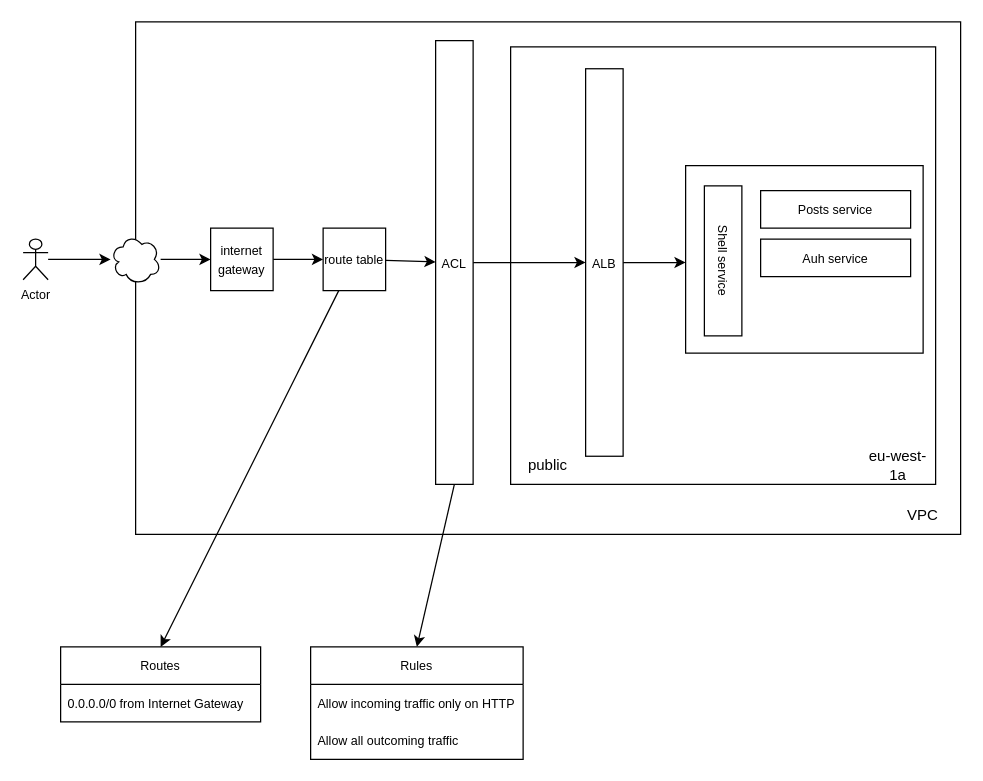
Before: infrastructure/diagram.drawio in MarioSimou/microfrontend-designs-patterns, a draw.io diagram. Source tidied: cells renumbered, new cells numbered last; positions are measured from the earlier drawing's top-left corner, leaving out a move shared by most shapes. Both pictures are drawn from the tidied source at 125%, with x=0, y=0 at pixel (22, 21).
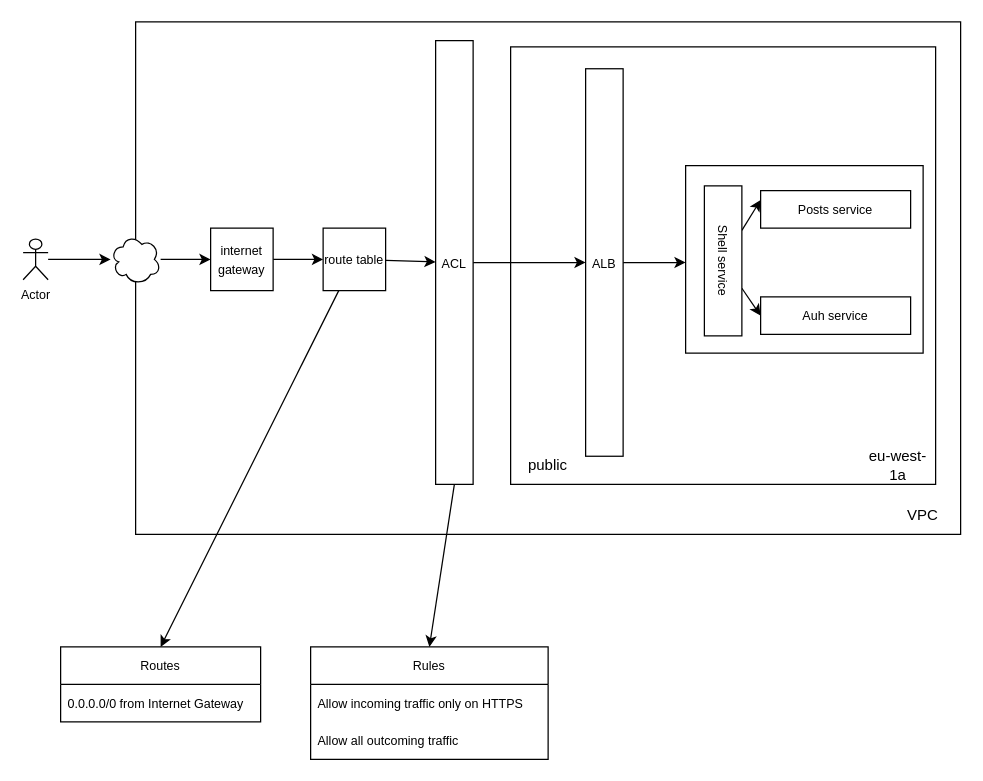
Above is the later version.

Unchanged cells that the change refers to:
```xml
<mxCell id="24" value="Posts service" style="rounded=0;whiteSpace=wrap;html=1;fontSize=10;" parent="1" vertex="1">
  <mxGeometry x="590" y="135" width="120" height="30" as="geometry" />
</mxCell>
<mxCell id="26" value="Shell service" style="rounded=0;whiteSpace=wrap;html=1;fontSize=10;rotation=90;" parent="1" vertex="1">
  <mxGeometry x="500" y="176.2" width="120" height="30" as="geometry" />
</mxCell>
```

The edit, as a diff of the source:
```diff
@@
     <mxCell id="20" value="Rules" style="swimlane;fontStyle=0;horizontal=1;startSize=30;fontSize=10;" parent="1" vertex="1">
-      <mxGeometry x="230" y="500" width="170" height="90" as="geometry" />
+      <mxGeometry x="230" y="500" width="190" height="90" as="geometry" />
     </mxCell>
-    <mxCell id="21" value="Allow incoming traffic only on HTTP" style="text;strokeColor=none;fillColor=none;align=left;verticalAlign=middle;spacingLeft=4;spacingRight=4;overflow=hidden;fontSize=10;" parent="20" vertex="1">
-      <mxGeometry y="30" width="170" height="30" as="geometry" />
+    <mxCell id="21" value="Allow incoming traffic only on HTTPS" style="text;strokeColor=none;fillColor=none;align=left;verticalAlign=middle;spacingLeft=4;spacingRight=4;overflow=hidden;fontSize=10;" parent="20" vertex="1">
+      <mxGeometry y="30" width="190" height="30" as="geometry" />
     </mxCell>
     <mxCell id="22" value="Allow all outcoming traffic" style="text;strokeColor=none;fillColor=none;align=left;verticalAlign=middle;spacingLeft=4;spacingRight=4;overflow=hidden;fontSize=10;" parent="20" vertex="1">
-      <mxGeometry y="60" width="170" height="30" as="geometry" />
+      <mxGeometry y="60" width="190" height="30" as="geometry" />
     </mxCell>
@@
     <mxCell id="25" value="Auh service" style="rounded=0;whiteSpace=wrap;html=1;fontSize=10;" parent="1" vertex="1">
-      <mxGeometry x="590" y="173.8" width="120" height="30" as="geometry" />
+      <mxGeometry x="590" y="220" width="120" height="30" as="geometry" />
     </mxCell>
+    <mxCell id="30" style="edgeStyle=none;html=1;entryX=0;entryY=0.25;entryDx=0;entryDy=0;" parent="1" edge="1" source="26" target="24">
+      <mxGeometry relative="1" as="geometry" />
+    </mxCell>
+    <mxCell id="31" style="edgeStyle=none;html=1;entryX=0;entryY=0.5;entryDx=0;entryDy=0;" parent="1" edge="1" source="26" target="25">
+      <mxGeometry relative="1" as="geometry" />
+    </mxCell>
```
